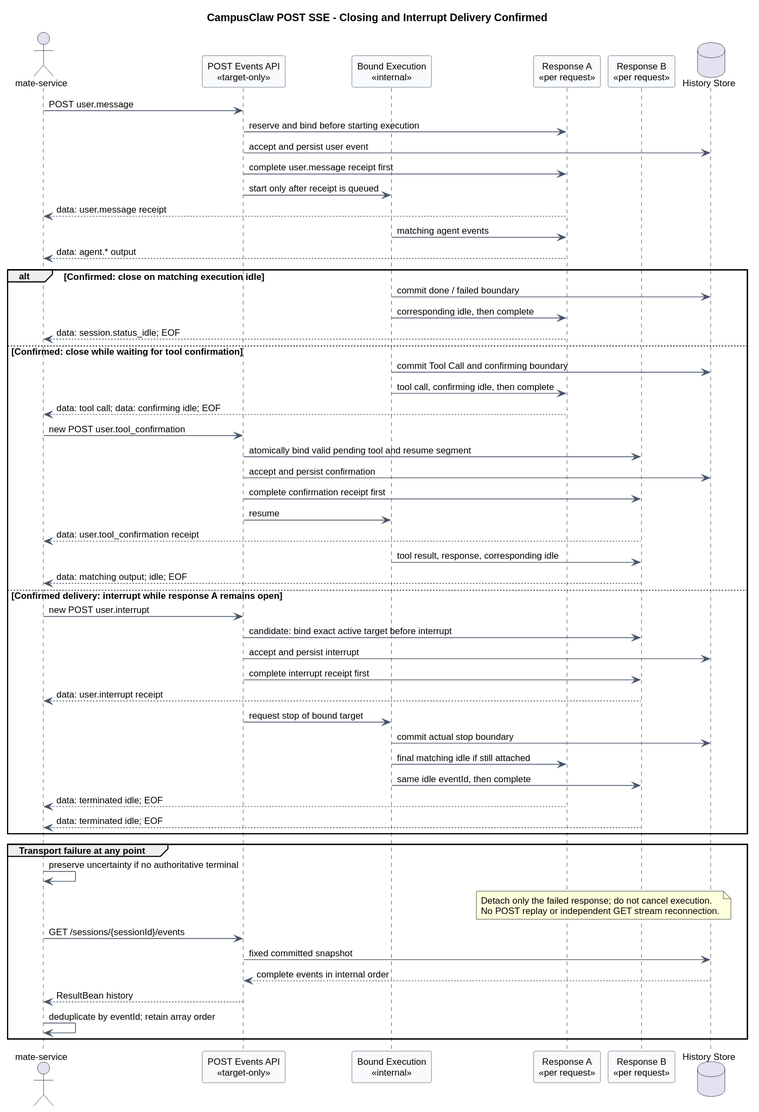
This is 01-总体架构/01-CampusClaw多Agent运行时/设计图/事件接口重设计/target_session_live_stream_lifecycle.svg from ssm0808/pi-mono-java-design, a PlantUML export, as it was before one commit.
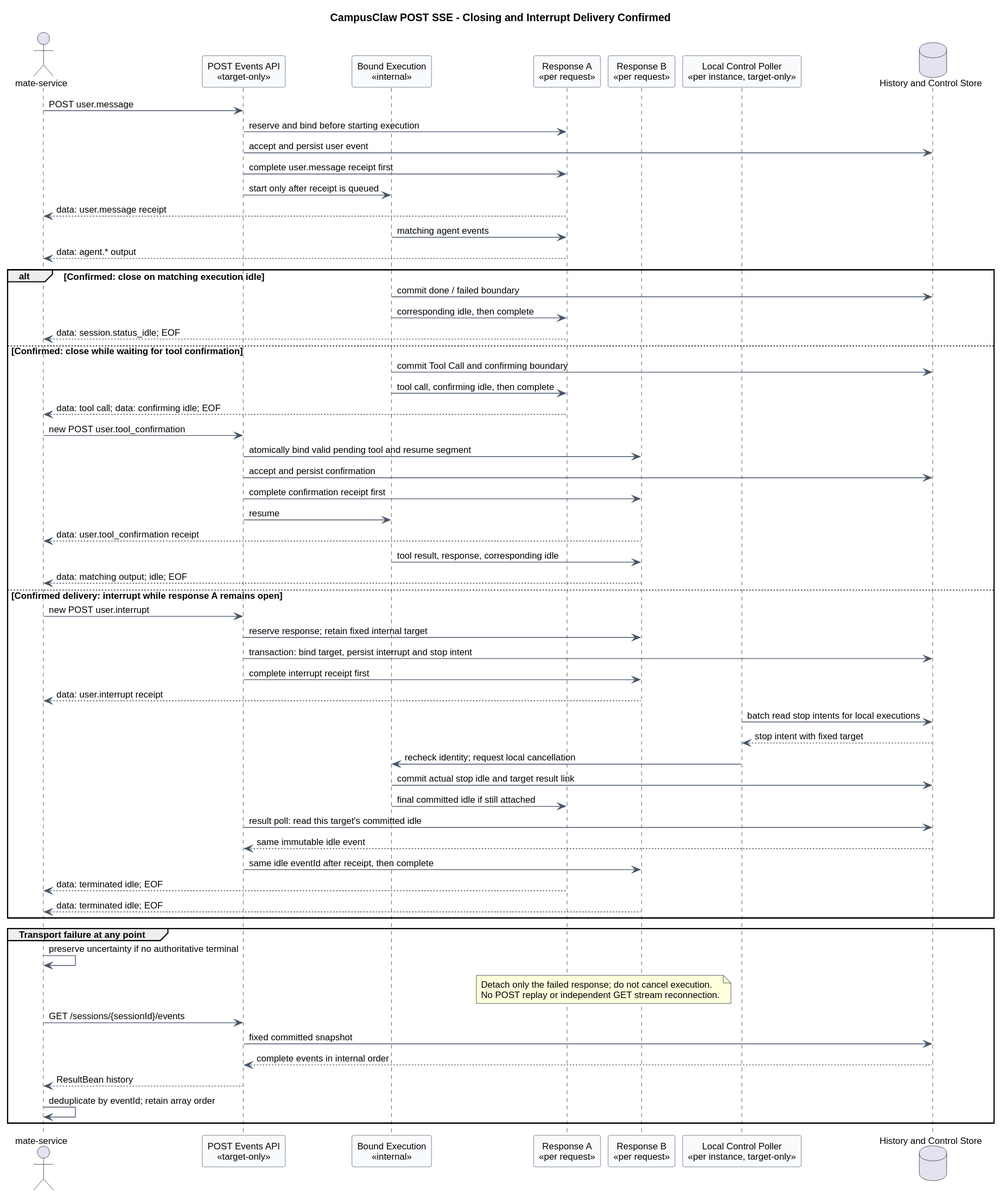
Later version of the same file.

Diff of the diagram source:
```diff
@@ -14,7 +14,8 @@
 participant "Bound Execution\n<<internal>>" as Execution
 participant "Response A\n<<per request>>" as A
 participant "Response B\n<<per request>>" as B
-database "History Store" as Store
+participant "Local Control Poller\n<<per instance, target-only>>" as Poller
+database "History and Control Store" as Store
 
 Client -> API : POST user.message
 API -> A : reserve and bind before starting execution
@@ -43,14 +44,18 @@
   B --> Client : data: matching output; idle; EOF
 else Confirmed delivery: interrupt while response A remains open
   Client -> API : new POST user.interrupt
-  API -> B : candidate: bind exact active target before interrupt
-  API -> Store : accept and persist interrupt
+  API -> B : reserve response; retain fixed internal target
+  API -> Store : transaction: bind target, persist interrupt and stop intent
   API -> B : complete interrupt receipt first
   B --> Client : data: user.interrupt receipt
-  API -> Execution : request stop of bound target
-  Execution -> Store : commit actual stop boundary
-  Execution -> A : final matching idle if still attached
-  Execution -> B : same idle eventId, then complete
+  Poller -> Store : batch read stop intents for local executions
+  Store --> Poller : stop intent with fixed target
+  Poller -> Execution : recheck identity; request local cancellation
+  Execution -> Store : commit actual stop idle and target result link
+  Execution -> A : final committed idle if still attached
+  API -> Store : result poll: read this target's committed idle
+  Store --> API : same immutable idle event
+  API -> B : same idle eventId after receipt, then complete
   A --> Client : data: terminated idle; EOF
   B --> Client : data: terminated idle; EOF
 end
```
